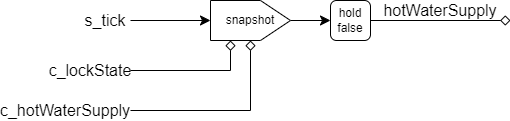
Earlier version of the draw.io export images/hotWaterSupply.png (suzuki-taro-unofficial/frpot). Source tidied: cells renumbered, new cells last; positions are measured from the earlier drawing's top-left corner, leaving out a move shared by most shapes. Source of this version:
```xml
<mxGraphModel>
  <root>
    <mxCell id="0" />
    <mxCell id="1" parent="0" />
    <mxCell id="2" style="edgeStyle=none;curved=1;rounded=0;jettySize=auto;html=1;entryX=0.5;entryY=0;entryDx=0;entryDy=0;fontSize=12;startSize=8;endSize=8;" parent="1" edge="1" source="3" target="9">
      <mxGeometry relative="1" as="geometry" />
    </mxCell>
    <mxCell id="3" value="s_tick" style="text;html=1;align=center;verticalAlign=middle;whiteSpace=wrap;rounded=0;fontSize=16;" parent="1" vertex="1">
      <mxGeometry x="80" y="10" width="50" height="20" as="geometry" />
    </mxCell>
    <mxCell id="4" style="edgeStyle=none;curved=0;rounded=0;jettySize=auto;html=1;entryX=0;entryY=0.25;entryDx=0;entryDy=0;fontSize=12;startSize=8;endSize=8;endArrow=diamond;endFill=0;" parent="1" edge="1" source="5" target="9">
      <mxGeometry relative="1" as="geometry">
        <Array as="points">
          <mxPoint x="230" y="70" />
        </Array>
      </mxGeometry>
    </mxCell>
    <mxCell id="5" value="c_lockState" style="text;html=1;align=center;verticalAlign=middle;whiteSpace=wrap;rounded=0;fontSize=16;" parent="1" vertex="1">
      <mxGeometry x="50" y="60" width="80" height="20" as="geometry" />
    </mxCell>
    <mxCell id="6" style="edgeStyle=none;curved=0;rounded=0;jettySize=auto;html=1;entryX=0;entryY=0.5;entryDx=0;entryDy=0;fontSize=12;startSize=8;endSize=8;endArrow=diamond;endFill=0;" parent="1" edge="1" source="7" target="9">
      <mxGeometry relative="1" as="geometry">
        <Array as="points">
          <mxPoint x="250" y="110" />
        </Array>
      </mxGeometry>
    </mxCell>
    <mxCell id="7" value="c_hotWaterSupply" style="text;html=1;align=center;verticalAlign=middle;whiteSpace=wrap;rounded=0;fontSize=16;" parent="1" vertex="1">
      <mxGeometry y="100" width="130" height="20" as="geometry" />
    </mxCell>
    <mxCell id="8" style="edgeStyle=none;curved=1;rounded=0;jettySize=auto;html=1;fontSize=12;startSize=8;endSize=8;entryX=0;entryY=0.5;entryDx=0;entryDy=0;" parent="1" edge="1" source="9" target="11">
      <mxGeometry relative="1" as="geometry" />
    </mxCell>
    <mxCell id="9" value="snapshot" style="shape=offPageConnector;whiteSpace=wrap;html=1;direction=north;" parent="1" vertex="1">
      <mxGeometry x="210" width="80" height="40" as="geometry" />
    </mxCell>
    <mxCell id="10" style="edgeStyle=none;curved=1;rounded=0;jettySize=auto;html=1;fontSize=12;startSize=8;endSize=8;endArrow=diamond;endFill=0;" parent="1" edge="1" source="11">
      <mxGeometry relative="1" as="geometry">
        <mxPoint x="510" y="20" as="targetPoint" />
      </mxGeometry>
    </mxCell>
    <mxCell id="11" value="hold&lt;div&gt;false&lt;/div&gt;" style="rounded=1;whiteSpace=wrap;html=1;" parent="1" vertex="1">
      <mxGeometry x="330" width="40" height="40" as="geometry" />
    </mxCell>
    <mxCell id="12" value="hotWaterSupply" style="text;html=1;align=center;verticalAlign=middle;whiteSpace=wrap;rounded=0;fontSize=16;" parent="1" vertex="1">
      <mxGeometry x="380" width="120" height="20" as="geometry" />
    </mxCell>
  </root>
</mxGraphModel>
```
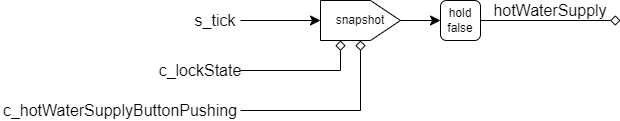
Later version of the same file.

What changed in the source:
```diff
@@ -25,8 +25,8 @@
         </Array>
       </mxGeometry>
     </mxCell>
-    <mxCell id="7" value="c_hotWaterSupply" style="text;html=1;align=center;verticalAlign=middle;whiteSpace=wrap;rounded=0;fontSize=16;" parent="1" vertex="1">
-      <mxGeometry y="100" width="130" height="20" as="geometry" />
+    <mxCell id="7" value="c_hotWaterSupplyButtonPushing" style="text;html=1;align=center;verticalAlign=middle;whiteSpace=wrap;rounded=0;fontSize=16;" parent="1" vertex="1">
+      <mxGeometry x="-110" y="100" width="240" height="20" as="geometry" />
     </mxCell>
     <mxCell id="8" style="edgeStyle=none;curved=1;rounded=0;jettySize=auto;html=1;fontSize=12;startSize=8;endSize=8;entryX=0;entryY=0.5;entryDx=0;entryDy=0;" parent="1" edge="1" source="9" target="11">
       <mxGeometry relative="1" as="geometry" />
```
